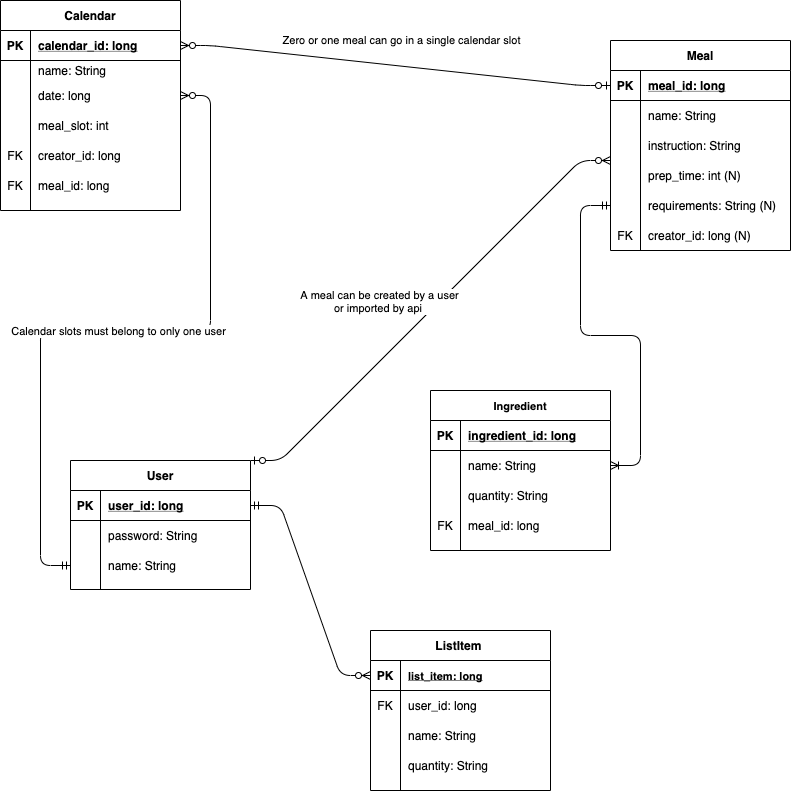
The draw.io diagram docs/img/erd.png in meal-or-no-meal/meal-or-no-meal.github.io, before a commit. Source tidied: cells renumbered, new cells last; positions are measured from the earlier drawing's top-left corner, leaving out a move shared by most shapes.
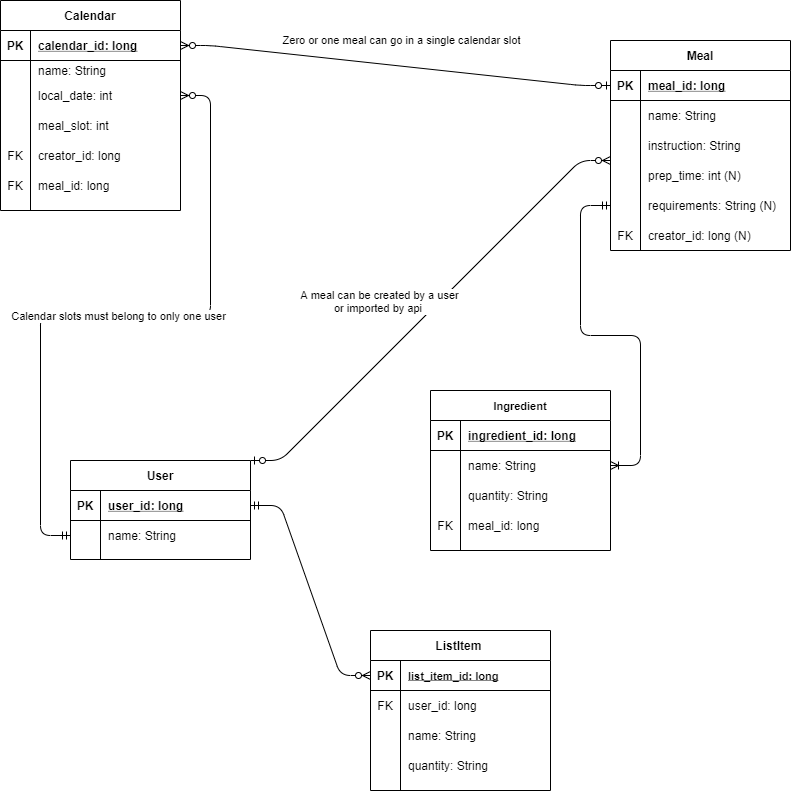
The same file after the commit.

What changed in the source:
```diff
@@ -2,7 +2,7 @@
   <root>
     <mxCell id="0" />
     <mxCell id="1" parent="0" />
-    <mxCell id="2" style="edgeStyle=entityRelationEdgeStyle;fontSize=12;html=1;endArrow=ERzeroToMany;startArrow=ERmandOne;exitX=1;exitY=0.5;exitDx=0;exitDy=0;entryX=0;entryY=0.5;entryDx=0;entryDy=0;" parent="1" edge="1" source="48" target="72">
+    <mxCell id="2" style="edgeStyle=entityRelationEdgeStyle;fontSize=12;html=1;endArrow=ERzeroToMany;startArrow=ERmandOne;exitX=1;exitY=0.5;exitDx=0;exitDy=0;entryX=0;entryY=0.5;entryDx=0;entryDy=0;" parent="1" edge="1" source="48" target="69">
       <mxGeometry relative="1" as="geometry" />
     </mxCell>
     <mxCell id="3" value="Calendar" style="shape=table;startSize=30;rowLines=0;fontStyle=1;align=center;" parent="1" vertex="1">
@@ -32,7 +32,7 @@
     <mxCell id="11" style="shape=partialRectangle;fillColor=none;top=0;left=0;bottom=0;right=0;overflow=hidden;" parent="10" vertex="1">
       <mxGeometry width="30" height="30" as="geometry" />
     </mxCell>
-    <mxCell id="12" value="date: long" style="shape=partialRectangle;fillColor=none;top=0;left=0;bottom=0;right=0;align=left;spacingLeft=6;overflow=hidden;" parent="10" vertex="1">
+    <mxCell id="12" value="local_date: int" style="shape=partialRectangle;fillColor=none;top=0;left=0;bottom=0;right=0;align=left;spacingLeft=6;overflow=hidden;" parent="10" vertex="1">
       <mxGeometry x="30" width="150" height="30" as="geometry" />
     </mxCell>
     <mxCell id="13" style="shape=partialRectangle;fillColor=none;top=0;left=0;bottom=0;right=0;" parent="3" vertex="1">
@@ -119,7 +119,7 @@
     <mxCell id="40" value="creator_id: long (N)" style="shape=partialRectangle;fillColor=none;top=0;left=0;bottom=0;right=0;align=left;spacingLeft=6;overflow=hidden;" parent="38" vertex="1">
       <mxGeometry x="30" width="150" height="30" as="geometry" />
     </mxCell>
-    <mxCell id="41" style="edgeStyle=entityRelationEdgeStyle;fontSize=12;html=1;endArrow=ERmandOne;startArrow=ERzeroToMany;endFill=0;entryX=0;entryY=0.5;entryDx=0;entryDy=0;exitX=1;exitY=0.5;exitDx=0;exitDy=0;" parent="1" edge="1" source="10" target="54">
+    <mxCell id="41" style="edgeStyle=entityRelationEdgeStyle;fontSize=12;html=1;endArrow=ERmandOne;startArrow=ERzeroToMany;endFill=0;entryX=0;entryY=0.5;entryDx=0;entryDy=0;exitX=1;exitY=0.5;exitDx=0;exitDy=0;" parent="1" edge="1" source="10" target="51">
       <mxGeometry relative="1" as="geometry" />
     </mxCell>
     <mxCell id="42" value="Calendar slots must belong to only one user" style="edgeLabel;html=1;align=center;verticalAlign=middle;" parent="41" vertex="1">
@@ -144,7 +144,7 @@
       </mxGeometry>
     </mxCell>
     <mxCell id="47" value="User" style="shape=table;startSize=30;rowLines=0;fontStyle=1;align=center;" parent="1" vertex="1">
-      <mxGeometry x="70" y="460" width="180" height="129" as="geometry" />
+      <mxGeometry x="70" y="460" width="180" height="99" as="geometry" />
     </mxCell>
     <mxCell id="48" style="shape=partialRectangle;fillColor=none;top=0;left=0;bottom=1;right=0;points=[[0,0.5],[1,0.5]];portConstraint=eastwest;" parent="47" vertex="1">
       <mxGeometry y="30" width="180" height="30" as="geometry" />
@@ -161,98 +161,89 @@
     <mxCell id="52" style="shape=partialRectangle;fillColor=none;top=0;left=0;bottom=0;right=0;overflow=hidden;" parent="51" vertex="1">
       <mxGeometry width="30" height="30" as="geometry" />
     </mxCell>
-    <mxCell id="53" value="password: String" style="shape=partialRectangle;fillColor=none;top=0;left=0;bottom=0;right=0;align=left;spacingLeft=6;overflow=hidden;" parent="51" vertex="1">
+    <mxCell id="53" value="name: String" style="shape=partialRectangle;fillColor=none;top=0;left=0;bottom=0;right=0;align=left;spacingLeft=6;overflow=hidden;" parent="51" vertex="1">
       <mxGeometry x="30" width="150" height="30" as="geometry" />
     </mxCell>
-    <mxCell id="54" style="shape=partialRectangle;fillColor=none;top=0;left=0;bottom=0;right=0;points=[[0,0.5],[1,0.5]];portConstraint=eastwest;" parent="47" vertex="1">
-      <mxGeometry y="90" width="180" height="30" as="geometry" />
+    <mxCell id="54" style="edgeStyle=entityRelationEdgeStyle;fontSize=12;html=1;endArrow=ERmandOne;startArrow=ERoneToMany;exitX=1;exitY=0.5;exitDx=0;exitDy=0;startFill=0;endFill=0;entryX=0;entryY=0.5;entryDx=0;entryDy=0;" parent="1" edge="1" source="59" target="35">
+      <mxGeometry relative="1" as="geometry" />
     </mxCell>
-    <mxCell id="55" style="shape=partialRectangle;fillColor=none;top=0;left=0;bottom=0;right=0;overflow=hidden;" parent="54" vertex="1">
-      <mxGeometry width="30" height="30" as="geometry" />
+    <mxCell id="55" value="Ingredient" style="shape=table;startSize=30;rowLines=0;fontStyle=1;align=center;fontSize=11;" parent="1" vertex="1">
+      <mxGeometry x="430" y="390" width="180" height="160" as="geometry" />
     </mxCell>
-    <mxCell id="56" value="name: String" style="shape=partialRectangle;fillColor=none;top=0;left=0;bottom=0;right=0;align=left;spacingLeft=6;overflow=hidden;" parent="54" vertex="1">
-      <mxGeometry x="30" width="150" height="30" as="geometry" />
+    <mxCell id="56" style="shape=partialRectangle;fillColor=none;top=0;left=0;bottom=1;right=0;" parent="55" vertex="1">
+      <mxGeometry y="30" width="180" height="30" as="geometry" />
     </mxCell>
-    <mxCell id="57" style="edgeStyle=entityRelationEdgeStyle;fontSize=12;html=1;endArrow=ERmandOne;startArrow=ERoneToMany;exitX=1;exitY=0.5;exitDx=0;exitDy=0;startFill=0;endFill=0;entryX=0;entryY=0.5;entryDx=0;entryDy=0;" parent="1" edge="1" source="62" target="35">
-      <mxGeometry relative="1" as="geometry" />
+    <mxCell id="57" value="PK" style="shape=partialRectangle;fillColor=none;top=0;left=0;bottom=0;right=0;fontStyle=1;overflow=hidden;" parent="56" vertex="1">
+      <mxGeometry width="30" height="30" as="geometry" />
     </mxCell>
-    <mxCell id="58" value="Ingredient" style="shape=table;startSize=30;rowLines=0;fontStyle=1;align=center;fontSize=11;" parent="1" vertex="1">
-      <mxGeometry x="430" y="390" width="180" height="160" as="geometry" />
+    <mxCell id="58" value="ingredient_id: long" style="shape=partialRectangle;fillColor=none;top=0;left=0;bottom=0;right=0;align=left;spacingLeft=6;fontStyle=5;overflow=hidden;" parent="56" vertex="1">
+      <mxGeometry x="30" width="150" height="30" as="geometry" />
     </mxCell>
-    <mxCell id="59" style="shape=partialRectangle;fillColor=none;top=0;left=0;bottom=1;right=0;points=[[0,0.5],[1,0.5]];portConstraint=eastwest;" parent="58" vertex="1">
-      <mxGeometry y="30" width="180" height="30" as="geometry" />
+    <mxCell id="59" style="shape=partialRectangle;fillColor=none;top=0;left=0;bottom=0;right=0;points=[[0,0.5],[1,0.5]];portConstraint=eastwest;" parent="55" vertex="1">
+      <mxGeometry y="60" width="180" height="30" as="geometry" />
     </mxCell>
-    <mxCell id="60" value="PK" style="shape=partialRectangle;fillColor=none;top=0;left=0;bottom=0;right=0;fontStyle=1;overflow=hidden;" parent="59" vertex="1">
+    <mxCell id="60" style="shape=partialRectangle;fillColor=none;top=0;left=0;bottom=0;right=0;overflow=hidden;" parent="59" vertex="1">
       <mxGeometry width="30" height="30" as="geometry" />
     </mxCell>
-    <mxCell id="61" value="ingredient_id: long" style="shape=partialRectangle;fillColor=none;top=0;left=0;bottom=0;right=0;align=left;spacingLeft=6;fontStyle=5;overflow=hidden;" parent="59" vertex="1">
+    <mxCell id="61" value="name: String" style="shape=partialRectangle;fillColor=none;top=0;left=0;bottom=0;right=0;align=left;spacingLeft=6;overflow=hidden;" parent="59" vertex="1">
       <mxGeometry x="30" width="150" height="30" as="geometry" />
     </mxCell>
-    <mxCell id="62" style="shape=partialRectangle;fillColor=none;top=0;left=0;bottom=0;right=0;points=[[0,0.5],[1,0.5]];portConstraint=eastwest;" parent="58" vertex="1">
-      <mxGeometry y="60" width="180" height="30" as="geometry" />
+    <mxCell id="62" style="shape=partialRectangle;fillColor=none;top=0;left=0;bottom=0;right=0;points=[[0,0.5],[1,0.5]];portConstraint=eastwest;" parent="55" vertex="1">
+      <mxGeometry y="90" width="180" height="30" as="geometry" />
     </mxCell>
     <mxCell id="63" style="shape=partialRectangle;fillColor=none;top=0;left=0;bottom=0;right=0;overflow=hidden;" parent="62" vertex="1">
       <mxGeometry width="30" height="30" as="geometry" />
     </mxCell>
-    <mxCell id="64" value="name: String" style="shape=partialRectangle;fillColor=none;top=0;left=0;bottom=0;right=0;align=left;spacingLeft=6;overflow=hidden;" parent="62" vertex="1">
+    <mxCell id="64" value="quantity: String" style="shape=partialRectangle;fillColor=none;top=0;left=0;bottom=0;right=0;align=left;spacingLeft=6;overflow=hidden;" parent="62" vertex="1">
       <mxGeometry x="30" width="150" height="30" as="geometry" />
     </mxCell>
-    <mxCell id="65" style="shape=partialRectangle;fillColor=none;top=0;left=0;bottom=0;right=0;" parent="58" vertex="1">
-      <mxGeometry y="90" width="180" height="30" as="geometry" />
+    <mxCell id="65" style="shape=partialRectangle;fillColor=none;top=0;left=0;bottom=0;right=0;" parent="55" vertex="1">
+      <mxGeometry y="120" width="180" height="30" as="geometry" />
     </mxCell>
-    <mxCell id="66" style="shape=partialRectangle;fillColor=none;top=0;left=0;bottom=0;right=0;overflow=hidden;" parent="65" vertex="1">
+    <mxCell id="66" value="FK" style="shape=partialRectangle;fillColor=none;top=0;left=0;bottom=0;right=0;overflow=hidden;" parent="65" vertex="1">
       <mxGeometry width="30" height="30" as="geometry" />
     </mxCell>
-    <mxCell id="67" value="quantity: String" style="shape=partialRectangle;fillColor=none;top=0;left=0;bottom=0;right=0;align=left;spacingLeft=6;overflow=hidden;" parent="65" vertex="1">
+    <mxCell id="67" value="meal_id: long" style="shape=partialRectangle;fillColor=none;top=0;left=0;bottom=0;right=0;align=left;spacingLeft=6;overflow=hidden;" parent="65" vertex="1">
       <mxGeometry x="30" width="150" height="30" as="geometry" />
     </mxCell>
-    <mxCell id="68" style="shape=partialRectangle;fillColor=none;top=0;left=0;bottom=0;right=0;" parent="58" vertex="1">
-      <mxGeometry y="120" width="180" height="30" as="geometry" />
+    <mxCell id="68" value="ListItem " style="shape=table;startSize=30;rowLines=0;fontStyle=1;align=center;" parent="1" vertex="1">
+      <mxGeometry x="370" y="630" width="180" height="160" as="geometry" />
     </mxCell>
-    <mxCell id="69" value="FK" style="shape=partialRectangle;fillColor=none;top=0;left=0;bottom=0;right=0;overflow=hidden;" parent="68" vertex="1">
-      <mxGeometry width="30" height="30" as="geometry" />
+    <mxCell id="69" style="shape=partialRectangle;fillColor=none;top=0;left=0;bottom=1;right=0;points=[[0,0.5],[1,0.5]];portConstraint=eastwest;" parent="68" vertex="1">
+      <mxGeometry y="30" width="180" height="30" as="geometry" />
     </mxCell>
-    <mxCell id="70" value="meal_id: long" style="shape=partialRectangle;fillColor=none;top=0;left=0;bottom=0;right=0;align=left;spacingLeft=6;overflow=hidden;" parent="68" vertex="1">
-      <mxGeometry x="30" width="150" height="30" as="geometry" />
+    <mxCell id="70" value="PK" style="shape=partialRectangle;fillColor=none;top=0;left=0;bottom=0;right=0;fontStyle=1;overflow=hidden;" parent="69" vertex="1">
+      <mxGeometry width="30" height="30" as="geometry" />
     </mxCell>
-    <mxCell id="71" value="ListItem " style="shape=table;startSize=30;rowLines=0;fontStyle=1;align=center;" parent="1" vertex="1">
-      <mxGeometry x="370" y="630" width="180" height="160" as="geometry" />
+    <mxCell id="71" value="list_item_id: long" style="shape=partialRectangle;fillColor=none;top=0;left=0;bottom=0;right=0;align=left;spacingLeft=6;fontStyle=5;overflow=hidden;fontSize=11;" parent="69" vertex="1">
+      <mxGeometry x="30" width="150" height="30" as="geometry" />
     </mxCell>
-    <mxCell id="72" style="shape=partialRectangle;fillColor=none;top=0;left=0;bottom=1;right=0;points=[[0,0.5],[1,0.5]];portConstraint=eastwest;" parent="71" vertex="1">
-      <mxGeometry y="30" width="180" height="30" as="geometry" />
+    <mxCell id="72" style="shape=partialRectangle;fillColor=none;top=0;left=0;bottom=0;right=0;points=[[0,0.5],[1,0.5]];portConstraint=eastwest;" parent="68" vertex="1">
+      <mxGeometry y="60" width="180" height="30" as="geometry" />
     </mxCell>
-    <mxCell id="73" value="PK" style="shape=partialRectangle;fillColor=none;top=0;left=0;bottom=0;right=0;fontStyle=1;overflow=hidden;" parent="72" vertex="1">
+    <mxCell id="73" value="FK" style="shape=partialRectangle;fillColor=none;top=0;left=0;bottom=0;right=0;overflow=hidden;" parent="72" vertex="1">
       <mxGeometry width="30" height="30" as="geometry" />
     </mxCell>
-    <mxCell id="74" value="list_item: long" style="shape=partialRectangle;fillColor=none;top=0;left=0;bottom=0;right=0;align=left;spacingLeft=6;fontStyle=5;overflow=hidden;fontSize=11;" parent="72" vertex="1">
+    <mxCell id="74" value="user_id: long" style="shape=partialRectangle;fillColor=none;top=0;left=0;bottom=0;right=0;align=left;spacingLeft=6;overflow=hidden;" parent="72" vertex="1">
       <mxGeometry x="30" width="150" height="30" as="geometry" />
     </mxCell>
-    <mxCell id="75" style="shape=partialRectangle;fillColor=none;top=0;left=0;bottom=0;right=0;" parent="71" vertex="1">
-      <mxGeometry y="60" width="180" height="30" as="geometry" />
+    <mxCell id="75" style="shape=partialRectangle;fillColor=none;top=0;left=0;bottom=0;right=0;" parent="68" vertex="1">
+      <mxGeometry y="90" width="180" height="30" as="geometry" />
     </mxCell>
-    <mxCell id="76" value="FK" style="shape=partialRectangle;fillColor=none;top=0;left=0;bottom=0;right=0;overflow=hidden;" parent="75" vertex="1">
+    <mxCell id="76" style="shape=partialRectangle;fillColor=none;top=0;left=0;bottom=0;right=0;overflow=hidden;" parent="75" vertex="1">
       <mxGeometry width="30" height="30" as="geometry" />
     </mxCell>
-    <mxCell id="77" value="user_id: long" style="shape=partialRectangle;fillColor=none;top=0;left=0;bottom=0;right=0;align=left;spacingLeft=6;overflow=hidden;" parent="75" vertex="1">
+    <mxCell id="77" value="name: String" style="shape=partialRectangle;fillColor=none;top=0;left=0;bottom=0;right=0;align=left;spacingLeft=6;overflow=hidden;" parent="75" vertex="1">
       <mxGeometry x="30" width="150" height="30" as="geometry" />
     </mxCell>
-    <mxCell id="78" style="shape=partialRectangle;fillColor=none;top=0;left=0;bottom=0;right=0;" parent="71" vertex="1">
-      <mxGeometry y="90" width="180" height="30" as="geometry" />
+    <mxCell id="78" style="shape=partialRectangle;fillColor=none;top=0;left=0;bottom=0;right=0;" parent="68" vertex="1">
+      <mxGeometry y="120" width="180" height="30" as="geometry" />
     </mxCell>
     <mxCell id="79" style="shape=partialRectangle;fillColor=none;top=0;left=0;bottom=0;right=0;overflow=hidden;" parent="78" vertex="1">
       <mxGeometry width="30" height="30" as="geometry" />
     </mxCell>
-    <mxCell id="80" value="name: String" style="shape=partialRectangle;fillColor=none;top=0;left=0;bottom=0;right=0;align=left;spacingLeft=6;overflow=hidden;" parent="78" vertex="1">
+    <mxCell id="80" value="quantity: String" style="shape=partialRectangle;fillColor=none;top=0;left=0;bottom=0;right=0;align=left;spacingLeft=6;overflow=hidden;" parent="78" vertex="1">
       <mxGeometry x="30" width="150" height="30" as="geometry" />
     </mxCell>
-    <mxCell id="81" style="shape=partialRectangle;fillColor=none;top=0;left=0;bottom=0;right=0;" parent="71" vertex="1">
-      <mxGeometry y="120" width="180" height="30" as="geometry" />
-    </mxCell>
-    <mxCell id="82" style="shape=partialRectangle;fillColor=none;top=0;left=0;bottom=0;right=0;overflow=hidden;" parent="81" vertex="1">
-      <mxGeometry width="30" height="30" as="geometry" />
-    </mxCell>
-    <mxCell id="83" value="quantity: String" style="shape=partialRectangle;fillColor=none;top=0;left=0;bottom=0;right=0;align=left;spacingLeft=6;overflow=hidden;" parent="81" vertex="1">
-      <mxGeometry x="30" width="150" height="30" as="geometry" />
-    </mxCell>
   </root>
 </mxGraphModel>
```
